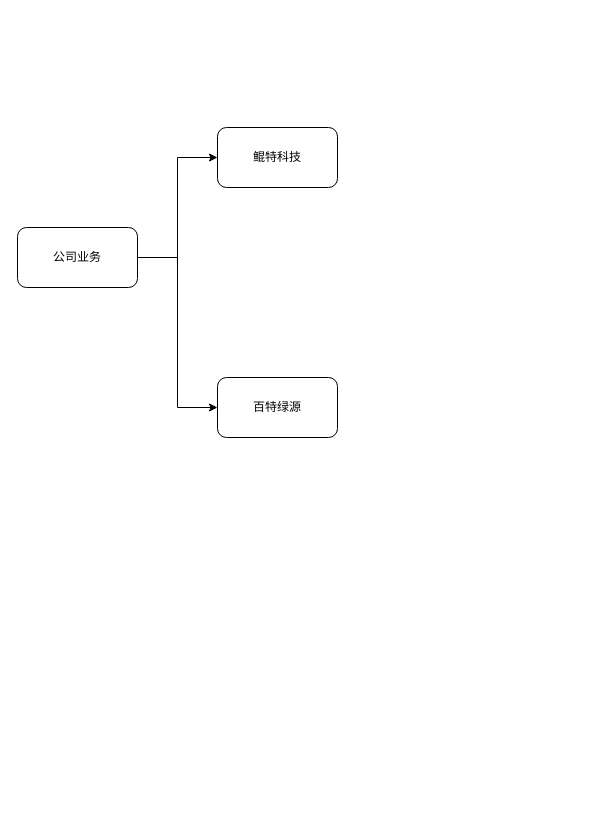
Earlier version of the draw.io diagram 鲲特科技业务结构.drawio (gaochaowyq/MinderGraph). Source tidied: cells renumbered, new cells numbered last; positions are measured from the earlier drawing's top-left corner, leaving out a move shared by most shapes. Both pictures are drawn from the tidied source at 100%, with x=0, y=0 at pixel (17, 127).
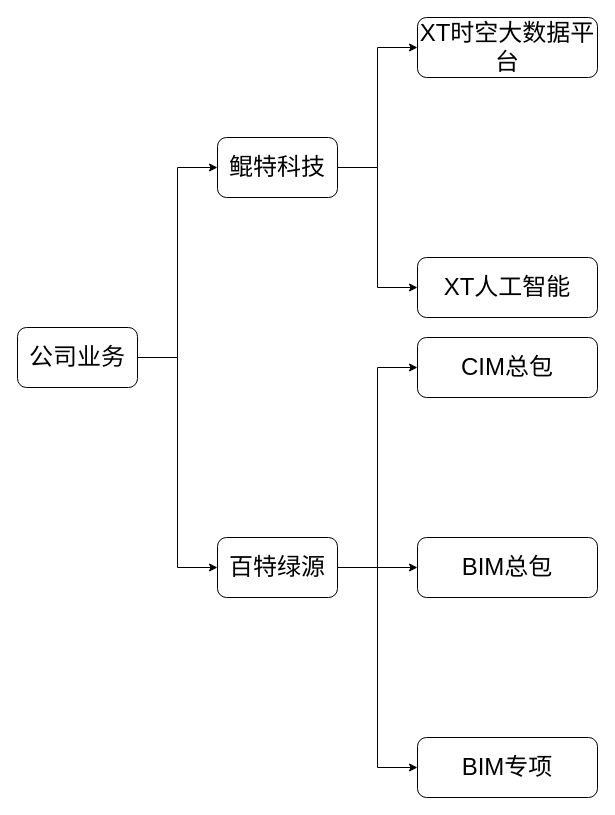
The same diagram, later.

Commit message (it also covers changes not shown here):
更新鲲特科技业务结构.drawio

Diff of the diagram source:
```diff
@@
 <mxGraphModel>
   <root>
     <mxCell id="0" />
     <mxCell id="1" parent="0" />
     <mxCell id="2" style="edgeStyle=orthogonalEdgeStyle;rounded=0;jettySize=auto;html=1;entryX=0;entryY=0.5;entryDx=0;entryDy=0;" parent="1" edge="1" source="4" target="5">
       <mxGeometry relative="1" as="geometry" />
     </mxCell>
     <mxCell id="3" style="edgeStyle=orthogonalEdgeStyle;rounded=0;jettySize=auto;html=1;entryX=0;entryY=0.5;entryDx=0;entryDy=0;" parent="1" edge="1" source="4" target="6">
       <mxGeometry relative="1" as="geometry" />
     </mxCell>
-    <mxCell id="4" value="公司业务" style="rounded=1;whiteSpace=wrap;html=1;" parent="1" vertex="1">
-      <mxGeometry y="100" width="120" height="60" as="geometry" />
+    <mxCell id="4" value="公司业务" style="rounded=1;whiteSpace=wrap;html=1;fontSize=24;" parent="1" vertex="1">
+      <mxGeometry y="200" width="120" height="60" as="geometry" />
     </mxCell>
+    <mxCell id="7" style="edgeStyle=orthogonalEdgeStyle;rounded=0;jettySize=auto;html=1;entryX=0;entryY=0.5;entryDx=0;entryDy=0;" parent="1" edge="1" source="5" target="15">
+      <mxGeometry relative="1" as="geometry" />
+    </mxCell>
+    <mxCell id="8" style="edgeStyle=orthogonalEdgeStyle;rounded=0;jettySize=auto;html=1;entryX=0;entryY=0.5;entryDx=0;entryDy=0;" parent="1" edge="1" source="5" target="16">
+      <mxGeometry relative="1" as="geometry" />
+    </mxCell>
-    <mxCell id="5" value="鲲特科技" style="rounded=1;whiteSpace=wrap;html=1;" parent="1" vertex="1">
-      <mxGeometry x="200" width="120" height="60" as="geometry" />
+    <mxCell id="5" value="鲲特科技" style="rounded=1;whiteSpace=wrap;html=1;fontSize=24;" parent="1" vertex="1">
+      <mxGeometry x="200" y="10" width="120" height="60" as="geometry" />
     </mxCell>
+    <mxCell id="9" style="edgeStyle=orthogonalEdgeStyle;rounded=0;jettySize=auto;html=1;entryX=0;entryY=0.5;entryDx=0;entryDy=0;" parent="1" edge="1" source="6" target="12">
+      <mxGeometry relative="1" as="geometry" />
+    </mxCell>
+    <mxCell id="10" style="edgeStyle=orthogonalEdgeStyle;rounded=0;jettySize=auto;html=1;entryX=0;entryY=0.5;entryDx=0;entryDy=0;" parent="1" edge="1" source="6" target="13">
+      <mxGeometry relative="1" as="geometry" />
+    </mxCell>
+    <mxCell id="11" style="edgeStyle=orthogonalEdgeStyle;rounded=0;jettySize=auto;html=1;entryX=0;entryY=0.5;entryDx=0;entryDy=0;" parent="1" edge="1" source="6" target="14">
+      <mxGeometry relative="1" as="geometry" />
+    </mxCell>
-    <mxCell id="6" value="百特绿源" style="rounded=1;whiteSpace=wrap;html=1;" parent="1" vertex="1">
-      <mxGeometry x="200" y="250" width="120" height="60" as="geometry" />
+    <mxCell id="6" value="百特绿源" style="rounded=1;whiteSpace=wrap;html=1;fontSize=24;" parent="1" vertex="1">
+      <mxGeometry x="200" y="410" width="120" height="60" as="geometry" />
     </mxCell>
+    <mxCell id="12" value="BIM总包" style="rounded=1;whiteSpace=wrap;html=1;fontSize=24;" parent="1" vertex="1">
+      <mxGeometry x="400" y="410" width="180" height="60" as="geometry" />
+    </mxCell>
+    <mxCell id="13" value="BIM专项" style="rounded=1;whiteSpace=wrap;html=1;fontSize=24;" parent="1" vertex="1">
+      <mxGeometry x="400" y="610" width="180" height="60" as="geometry" />
+    </mxCell>
+    <mxCell id="14" value="CIM总包" style="rounded=1;whiteSpace=wrap;html=1;fontSize=24;" parent="1" vertex="1">
+      <mxGeometry x="400" y="210" width="180" height="60" as="geometry" />
+    </mxCell>
+    <mxCell id="15" value="XT时空大数据平台" style="rounded=1;whiteSpace=wrap;html=1;fontSize=24;" parent="1" vertex="1">
+      <mxGeometry x="400" y="-110" width="180" height="60" as="geometry" />
+    </mxCell>
+    <mxCell id="16" value="XT人工智能" style="rounded=1;whiteSpace=wrap;html=1;fontSize=24;" parent="1" vertex="1">
+      <mxGeometry x="400" y="130" width="180" height="60" as="geometry" />
+    </mxCell>
   </root>
 </mxGraphModel>
```
